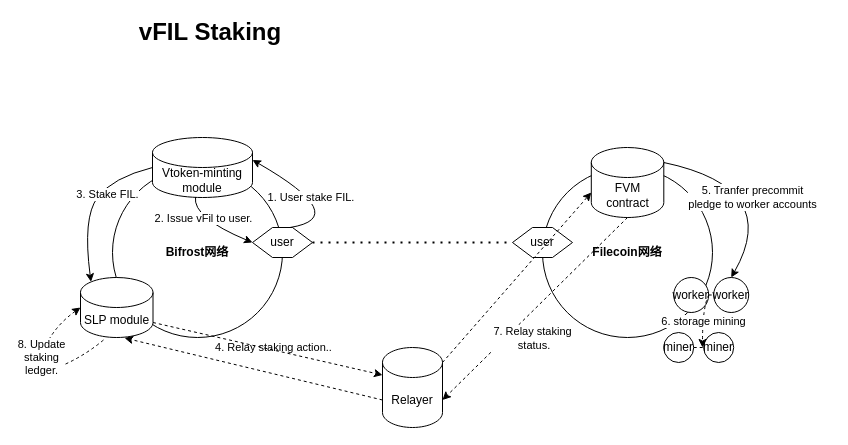
Earlier version of the draw.io diagram vfil-staking-fvm.drawio (herryho/flowchars). Source tidied: cells renumbered, new cells numbered last; positions are measured from the earlier drawing's top-left corner, leaving out a move shared by most shapes. Both pictures are drawn from the tidied source at 100%, with x=0, y=0 at pixel (32, 17).
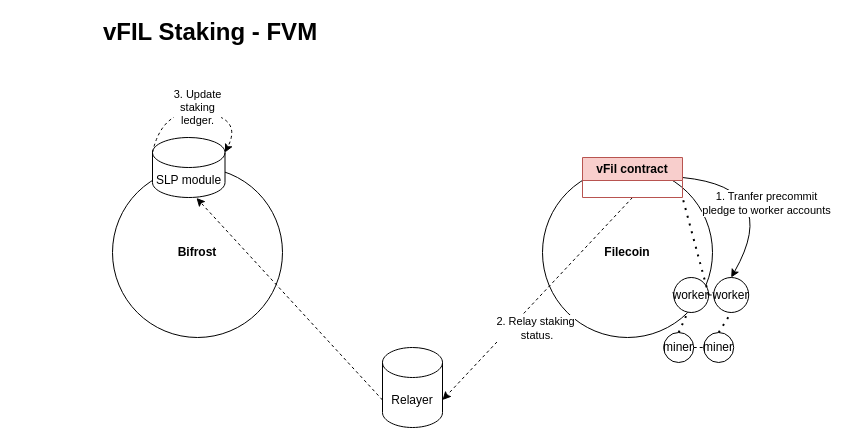
Above is the later version.

The change refers to these unchanged cells:
```xml
<mxCell id="8" value="worker" style="ellipse;whiteSpace=wrap;html=1;" parent="1" vertex="1">
  <mxGeometry x="641.2" y="260" width="35" height="35" as="geometry" />
</mxCell>
<mxCell id="10" value="Relayer" style="shape=cylinder3;whiteSpace=wrap;html=1;boundedLbl=1;backgroundOutline=1;size=15;" parent="1" vertex="1">
  <mxGeometry x="350" y="330" width="60" height="80" as="geometry" />
</mxCell>
<mxCell id="11" value="miner" style="ellipse;whiteSpace=wrap;html=1;" parent="1" vertex="1">
  <mxGeometry x="631.2" y="315" width="30" height="30" as="geometry" />
</mxCell>
<mxCell id="12" value="miner" style="ellipse;whiteSpace=wrap;html=1;" parent="1" vertex="1">
  <mxGeometry x="671.2" y="315" width="30" height="30" as="geometry" />
</mxCell>
<mxCell id="18" value="worker" style="ellipse;whiteSpace=wrap;html=1;" parent="1" vertex="1">
  <mxGeometry x="681.2" y="260" width="35" height="35" as="geometry" />
</mxCell>
```

The edit, as a diff of the source:
```diff
@@
-    <mxCell id="2" value="&lt;b&gt;Bifrost网络&lt;/b&gt;" style="ellipse;whiteSpace=wrap;html=1;" parent="1" vertex="1">
+    <mxCell id="2" value="&lt;b&gt;Bifrost&lt;/b&gt;" style="ellipse;whiteSpace=wrap;html=1;" parent="1" vertex="1">
       <mxGeometry x="80" y="150" width="170" height="170" as="geometry" />
     </mxCell>
-    <mxCell id="3" value="&lt;b&gt;Filecoin网络&lt;/b&gt;" style="ellipse;whiteSpace=wrap;html=1;" parent="1" vertex="1">
+    <mxCell id="3" value="&lt;b&gt;Filecoin&lt;/b&gt;" style="ellipse;whiteSpace=wrap;html=1;" parent="1" vertex="1">
       <mxGeometry x="510" y="150" width="170" height="170" as="geometry" />
     </mxCell>
-    <mxCell id="4" value="user" style="shape=hexagon;perimeter=hexagonPerimeter2;whiteSpace=wrap;html=1;fixedSize=1;" parent="1" vertex="1">
-      <mxGeometry x="220" y="210" width="60" height="30" as="geometry" />
-    </mxCell>
-    <mxCell id="5" value="user" style="shape=hexagon;perimeter=hexagonPerimeter2;whiteSpace=wrap;html=1;fixedSize=1;" parent="1" vertex="1">
-      <mxGeometry x="480" y="210" width="60" height="30" as="geometry" />
-    </mxCell>
-    <mxCell id="6" style="endArrow=none;dashed=1;html=1;dashPattern=1 3;strokeWidth=2;rounded=0;exitX=1;exitY=0.5;exitDx=0;exitDy=0;entryX=0;entryY=0.5;entryDx=0;entryDy=0;" parent="1" edge="1" source="4" target="5">
-      <mxGeometry relative="1" as="geometry" />
-    </mxCell>
-    <mxCell id="7" value="FVM contract" style="shape=cylinder3;whiteSpace=wrap;html=1;boundedLbl=1;backgroundOutline=1;size=15;" parent="1" vertex="1">
-      <mxGeometry x="558.8" y="130" width="72.5" height="70" as="geometry" />
-    </mxCell>
@@
     <mxCell id="9" value="SLP module" style="shape=cylinder3;whiteSpace=wrap;html=1;boundedLbl=1;backgroundOutline=1;size=15;" parent="1" vertex="1">
-      <mxGeometry x="48" y="260" width="72.5" height="60" as="geometry" />
+      <mxGeometry x="120" y="120" width="72.5" height="60" as="geometry" />
     </mxCell>
@@
-    <mxCell id="14" style="endArrow=classic;html=1;rounded=0;dashed=1;entryX=0;entryY=0;entryDx=0;entryDy=45;entryPerimeter=0;exitX=1;exitY=0;exitDx=0;exitDy=15;exitPerimeter=0;" parent="1" edge="1" source="10" target="7">
-      <mxGeometry relative="1" as="geometry" />
-    </mxCell>
-    <mxCell id="15" value="4. Relay staking action.." style="edgeLabel;html=1;align=center;verticalAlign=middle;" parent="14" vertex="1">
-      <mxGeometry x="0.15" y="-1" relative="1" as="geometry">
-        <mxPoint x="-256" y="82" as="offset" />
-      </mxGeometry>
-    </mxCell>
-    <mxCell id="16" style="endArrow=classic;html=1;rounded=0;dashed=1;entryX=0;entryY=0;entryDx=0;entryDy=27.5;entryPerimeter=0;exitX=1;exitY=1;exitDx=0;exitDy=-15;exitPerimeter=0;" parent="1" edge="1" source="9" target="10">
-      <mxGeometry relative="1" as="geometry" />
-    </mxCell>
-    <mxCell id="17" value="vFIL Staking" style="text;html=1;strokeColor=none;fillColor=none;align=center;verticalAlign=middle;whiteSpace=wrap;rounded=0;fontStyle=1;fontSize=24;" parent="1" vertex="1">
+    <mxCell id="17" value="vFIL Staking - FVM" style="text;html=1;strokeColor=none;fillColor=none;align=center;verticalAlign=middle;whiteSpace=wrap;rounded=0;fontStyle=1;fontSize=24;" parent="1" vertex="1">
       <mxGeometry x="48" width="260" height="30" as="geometry" />
     </mxCell>
@@
-    <mxCell id="20" value="Vtoken-minting module" style="shape=cylinder3;whiteSpace=wrap;html=1;boundedLbl=1;backgroundOutline=1;size=15;" parent="1" vertex="1">
-      <mxGeometry x="120" y="120" width="100" height="60" as="geometry" />
-    </mxCell>
-    <mxCell id="21" style="curved=1;endArrow=classic;html=1;rounded=0;entryX=1;entryY=0;entryDx=0;entryDy=22.5;entryPerimeter=0;exitX=0.625;exitY=0;exitDx=0;exitDy=0;" parent="1" edge="1" source="4" target="20">
-      <mxGeometry relative="1" as="geometry">
-        <Array as="points">
-          <mxPoint x="320" y="200" />
-        </Array>
-      </mxGeometry>
-    </mxCell>
-    <mxCell id="22" value="1. User stake FIL.&amp;nbsp;" style="edgeLabel;html=1;align=center;verticalAlign=middle;" parent="21" vertex="1">
-      <mxGeometry x="0.65" y="3" relative="1" as="geometry">
-        <mxPoint x="34" y="19" as="offset" />
-      </mxGeometry>
-    </mxCell>
-    <mxCell id="23" style="curved=1;endArrow=classic;html=1;rounded=0;exitX=0.43;exitY=0.992;exitDx=0;exitDy=0;exitPerimeter=0;entryX=0;entryY=0.5;entryDx=0;entryDy=0;" parent="1" edge="1" source="20" target="4">
-      <mxGeometry relative="1" as="geometry">
-        <Array as="points">
-          <mxPoint x="160" y="200" />
-        </Array>
-      </mxGeometry>
-    </mxCell>
-    <mxCell id="24" value="2. Issue vFil to user." style="edgeLabel;html=1;align=center;verticalAlign=middle;" parent="23" vertex="1">
-      <mxGeometry x="-0.35" y="7" relative="1" as="geometry">
-        <mxPoint x="1" y="4" as="offset" />
-      </mxGeometry>
-    </mxCell>
-    <mxCell id="25" style="curved=1;endArrow=classic;html=1;rounded=0;exitX=0;exitY=0.5;exitDx=0;exitDy=0;exitPerimeter=0;entryX=0.145;entryY=0;entryDx=0;entryDy=4.35;entryPerimeter=0;" parent="1" edge="1" source="20" target="9">
-      <mxGeometry relative="1" as="geometry">
-        <Array as="points">
-          <mxPoint x="80" y="160" />
-          <mxPoint x="50" y="200" />
-        </Array>
-      </mxGeometry>
-    </mxCell>
-    <mxCell id="26" value="3. Stake FIL." style="edgeLabel;html=1;align=center;verticalAlign=middle;" parent="25" vertex="1">
-      <mxGeometry x="-0.26" y="6" relative="1" as="geometry">
-        <mxPoint y="-1" as="offset" />
-      </mxGeometry>
-    </mxCell>
-    <mxCell id="27" style="curved=1;endArrow=classic;html=1;rounded=0;exitX=1;exitY=0;exitDx=0;exitDy=15;exitPerimeter=0;entryX=0.5;entryY=0;entryDx=0;entryDy=0;" parent="1" edge="1" source="7" target="18">
+    <mxCell id="27" style="curved=1;endArrow=classic;html=1;rounded=0;exitX=1;exitY=0.5;exitDx=0;exitDy=0;entryX=0.5;entryY=0;entryDx=0;entryDy=0;" parent="1" edge="1" source="36" target="18">
       <mxGeometry relative="1" as="geometry">
         <Array as="points">
           <mxPoint x="750" y="170" />
         </Array>
       </mxGeometry>
     </mxCell>
-    <mxCell id="28" value="5. Tranfer precommit&lt;br&gt;pledge to worker accounts" style="edgeLabel;html=1;align=center;verticalAlign=middle;" parent="27" vertex="1">
+    <mxCell id="28" value="1. Tranfer precommit&lt;br&gt;pledge to worker accounts" style="edgeLabel;html=1;align=center;verticalAlign=middle;" parent="27" vertex="1">
       <mxGeometry x="-0.31" y="-18" relative="1" as="geometry">
         <mxPoint x="16" y="1" as="offset" />
       </mxGeometry>
     </mxCell>
-    <mxCell id="29" style="curved=1;endArrow=classic;html=1;rounded=0;exitX=1;exitY=0.5;exitDx=0;exitDy=0;dashed=1;" parent="1" edge="1" source="8">
-      <mxGeometry relative="1" as="geometry">
-        <mxPoint x="670" y="330" as="targetPoint" />
-        <Array as="points">
-          <mxPoint x="670" y="290" />
-        </Array>
-      </mxGeometry>
-    </mxCell>
-    <mxCell id="30" value="6. storage mining" style="edgeLabel;html=1;align=center;verticalAlign=middle;" parent="29" vertex="1">
-      <mxGeometry relative="1" as="geometry" />
-    </mxCell>
-    <mxCell id="31" style="endArrow=classic;html=1;rounded=0;dashed=1;exitX=0.5;exitY=1;exitDx=0;exitDy=0;exitPerimeter=0;entryX=1;entryY=0;entryDx=0;entryDy=52.5;entryPerimeter=0;" parent="1" edge="1" source="7" target="10">
+    <mxCell id="31" style="endArrow=classic;html=1;rounded=0;dashed=1;exitX=0.5;exitY=1;exitDx=0;exitDy=0;entryX=1;entryY=0;entryDx=0;entryDy=52.5;entryPerimeter=0;" parent="1" edge="1" source="36" target="10">
       <mxGeometry relative="1" as="geometry" />
     </mxCell>
-    <mxCell id="32" value="7. Relay staking&lt;br&gt;&amp;nbsp;status." style="edgeLabel;html=1;align=center;verticalAlign=middle;" parent="31" vertex="1">
+    <mxCell id="32" value="2. Relay staking&lt;br&gt;&amp;nbsp;status." style="edgeLabel;html=1;align=center;verticalAlign=middle;" parent="31" vertex="1">
       <mxGeometry x="0.01" y="3" relative="1" as="geometry">
         <mxPoint x="-4" y="26" as="offset" />
       </mxGeometry>
     </mxCell>
@@
-    <mxCell id="34" style="curved=1;endArrow=classic;html=1;rounded=0;dashed=1;entryX=0;entryY=0.5;entryDx=0;entryDy=0;entryPerimeter=0;exitX=0.317;exitY=1.042;exitDx=0;exitDy=0;exitPerimeter=0;" parent="1" edge="1" source="9" target="9">
+    <mxCell id="34" style="curved=1;endArrow=classic;html=1;rounded=0;dashed=1;entryX=1;entryY=0;entryDx=0;entryDy=15;entryPerimeter=0;exitX=0;exitY=0;exitDx=0;exitDy=15;exitPerimeter=0;" parent="1" edge="1" source="9" target="9">
       <mxGeometry relative="1" as="geometry">
         <Array as="points">
-          <mxPoint x="50" y="340" />
-          <mxPoint y="360" />
-          <mxPoint x="20" y="310" />
+          <mxPoint x="130" y="90" />
+          <mxPoint x="210" y="100" />
         </Array>
       </mxGeometry>
     </mxCell>
-    <mxCell id="35" value="8. Update&lt;br&gt;staking&lt;br&gt;ledger." style="edgeLabel;html=1;align=center;verticalAlign=middle;" parent="34" vertex="1">
+    <mxCell id="35" value="3. Update&lt;br&gt;staking&lt;br&gt;ledger." style="edgeLabel;html=1;align=center;verticalAlign=middle;" parent="34" vertex="1">
       <mxGeometry x="0.1" y="-5" relative="1" as="geometry">
-        <mxPoint x="-1" y="-11" as="offset" />
+        <mxPoint x="-9" y="-11" as="offset" />
       </mxGeometry>
     </mxCell>
+    <mxCell id="36" value="vFil contract" style="swimlane;whiteSpace=wrap;html=1;fillColor=#f8cecc;strokeColor=#b85450;" parent="1" vertex="1">
+      <mxGeometry x="550" y="140" width="100" height="40" as="geometry" />
+    </mxCell>
+    <mxCell id="37" style="endArrow=none;dashed=1;html=1;dashPattern=1 3;strokeWidth=2;rounded=0;entryX=1;entryY=1;entryDx=0;entryDy=0;exitX=0.5;exitY=0;exitDx=0;exitDy=0;" parent="1" edge="1" source="11" target="3">
+      <mxGeometry relative="1" as="geometry" />
+    </mxCell>
+    <mxCell id="38" style="endArrow=none;dashed=1;html=1;dashPattern=1 3;strokeWidth=2;rounded=0;entryX=0.5;entryY=1;entryDx=0;entryDy=0;exitX=0.5;exitY=0;exitDx=0;exitDy=0;" parent="1" edge="1" source="12" target="18">
+      <mxGeometry relative="1" as="geometry" />
+    </mxCell>
+    <mxCell id="39" style="endArrow=none;dashed=1;html=1;dashPattern=1 3;strokeWidth=2;rounded=0;entryX=1;entryY=1;entryDx=0;entryDy=0;exitX=1;exitY=0.5;exitDx=0;exitDy=0;" parent="1" edge="1" source="8" target="36">
+      <mxGeometry relative="1" as="geometry" />
+    </mxCell>
```
